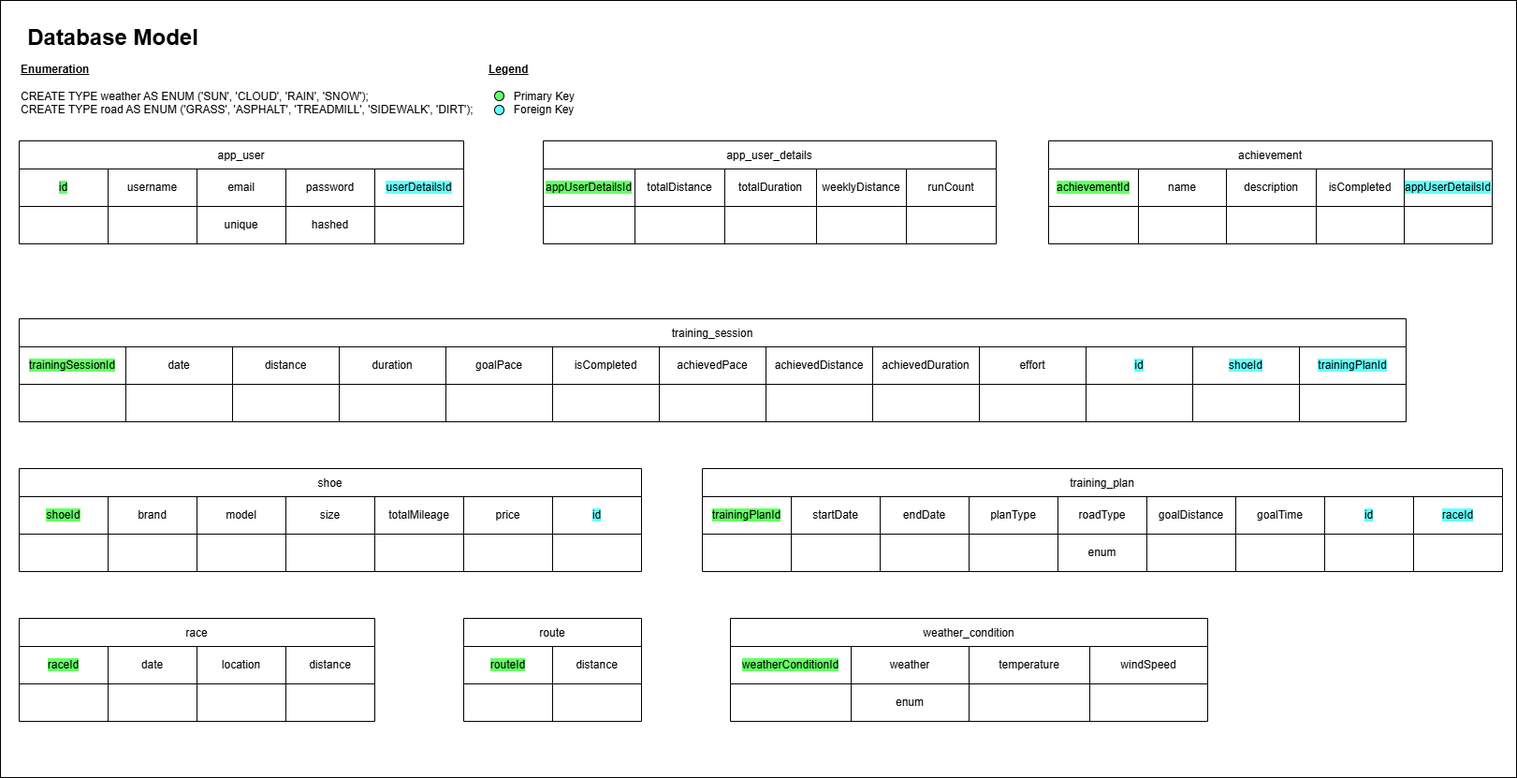
The draw.io diagram Documents/DatabaseDesign.png in runagainstthewinds/backend, before a commit. Source tidied: cells renumbered, new cells last; positions are measured from the earlier drawing's top-left corner, leaving out a move shared by most shapes.
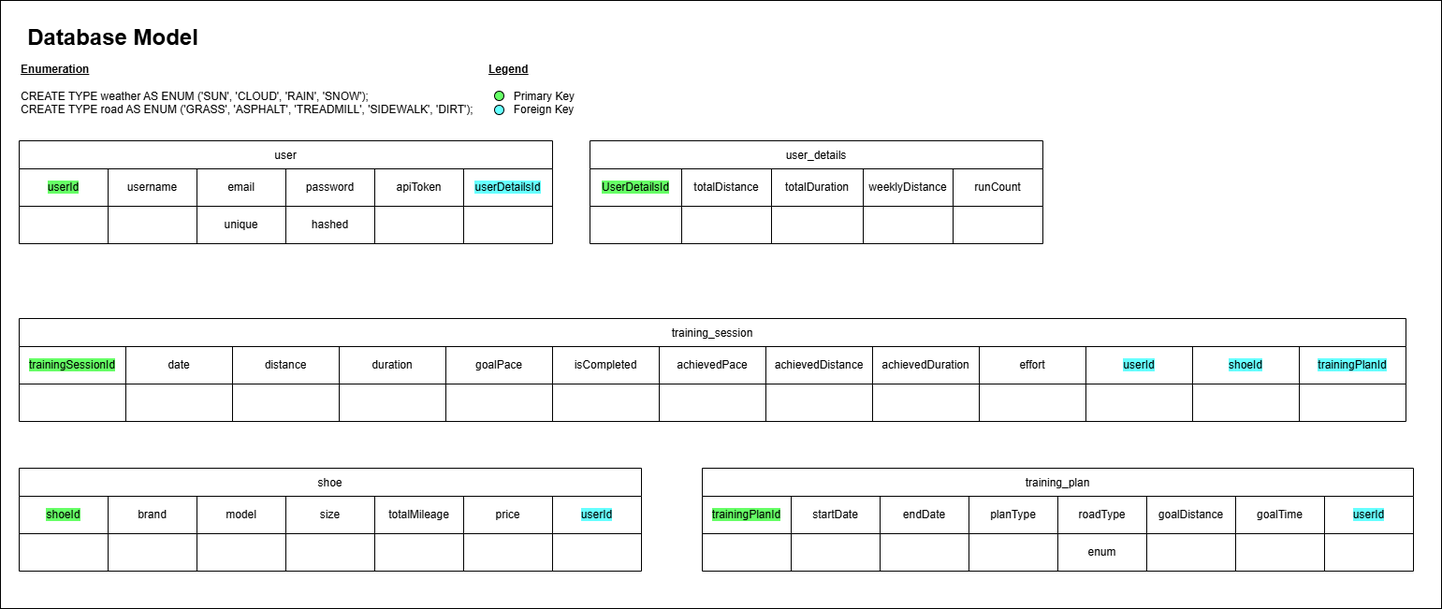
Later version of the same file.

The edit, as a diff of the source:
```diff
@@ -4,9 +4,9 @@
     <mxCell id="1" parent="0" />
-    <mxCell id="2" value="app_user" style="shape=table;startSize=30;" parent="1" vertex="1">
-      <mxGeometry x="20" y="150" width="475" height="110" as="geometry" />
+    <mxCell id="2" value="user" style="shape=table;startSize=30;" parent="1" vertex="1">
+      <mxGeometry x="20" y="150" width="570" height="110" as="geometry" />
     </mxCell>
     <mxCell id="3" style="shape=tableRow;horizontal=0;startSize=0;swimlaneHead=0;swimlaneBody=0;strokeColor=inherit;top=0;left=0;bottom=0;right=0;fillColor=none;" parent="2" vertex="1">
-      <mxGeometry y="30" width="475" height="40" as="geometry" />
+      <mxGeometry y="30" width="570" height="40" as="geometry" />
     </mxCell>
-    <mxCell id="4" value="&lt;span style=&quot;background-color: rgb(102, 255, 102);&quot;&gt;id&lt;/span&gt;" style="shape=partialRectangle;html=1;whiteSpace=wrap;strokeColor=inherit;overflow=hidden;fillColor=none;top=0;left=0;bottom=0;right=0;" parent="3" vertex="1">
+    <mxCell id="4" value="&lt;span style=&quot;background-color: rgb(102, 255, 102);&quot;&gt;userId&lt;/span&gt;" style="shape=partialRectangle;html=1;whiteSpace=wrap;strokeColor=inherit;overflow=hidden;fillColor=none;top=0;left=0;bottom=0;right=0;" parent="3" vertex="1">
       <mxGeometry width="95" height="40" as="geometry" />
@@ -22,7 +22,10 @@
     </mxCell>
-    <mxCell id="8" value="&lt;span style=&quot;background-color: rgb(102, 255, 255);&quot;&gt;userDetailsId&lt;/span&gt;" style="shape=partialRectangle;html=1;whiteSpace=wrap;strokeColor=inherit;overflow=hidden;fillColor=none;top=0;left=0;bottom=0;right=0;" parent="3" vertex="1">
+    <mxCell id="8" value="apiToken" style="shape=partialRectangle;html=1;whiteSpace=wrap;strokeColor=inherit;overflow=hidden;fillColor=none;top=0;left=0;bottom=0;right=0;" parent="3" vertex="1">
       <mxGeometry x="380" width="95" height="40" as="geometry" />
     </mxCell>
+    <mxCell id="143" value="&lt;span style=&quot;background-color: rgb(102, 255, 255);&quot;&gt;userDetailsId&lt;/span&gt;" style="shape=partialRectangle;html=1;whiteSpace=wrap;strokeColor=inherit;overflow=hidden;fillColor=none;top=0;left=0;bottom=0;right=0;" parent="3" vertex="1">
+      <mxGeometry x="475" width="95" height="40" as="geometry" />
+    </mxCell>
     <mxCell id="9" style="shape=tableRow;horizontal=0;startSize=0;swimlaneHead=0;swimlaneBody=0;strokeColor=inherit;top=0;left=0;bottom=0;right=0;fillColor=none;" parent="2" vertex="1">
-      <mxGeometry y="70" width="475" height="40" as="geometry" />
+      <mxGeometry y="70" width="570" height="40" as="geometry" />
     </mxCell>
@@ -43,2 +46,5 @@
     </mxCell>
+    <mxCell id="144" style="shape=partialRectangle;html=1;whiteSpace=wrap;strokeColor=inherit;overflow=hidden;fillColor=none;top=0;left=0;bottom=0;right=0;" parent="9" vertex="1">
+      <mxGeometry x="475" width="95" height="40" as="geometry" />
+    </mxCell>
     <mxCell id="15" value="Database Model" style="text;strokeColor=none;fillColor=none;html=1;fontSize=24;fontStyle=1;verticalAlign=middle;align=center;" parent="1" vertex="1">
@@ -58,4 +64,4 @@
     </mxCell>
-    <mxCell id="20" value="app_user_details" style="shape=table;startSize=30;" parent="1" vertex="1">
-      <mxGeometry x="580" y="150" width="484" height="110" as="geometry" />
+    <mxCell id="20" value="user_details" style="shape=table;startSize=30;" parent="1" vertex="1">
+      <mxGeometry x="630" y="150" width="484" height="110" as="geometry" />
     </mxCell>
@@ -64,3 +70,3 @@
     </mxCell>
-    <mxCell id="22" value="&lt;span style=&quot;background-color: rgb(102, 255, 102);&quot;&gt;appUserDetailsId&lt;/span&gt;" style="shape=partialRectangle;html=1;whiteSpace=wrap;strokeColor=inherit;overflow=hidden;fillColor=none;top=0;left=0;bottom=0;right=0;" parent="21" vertex="1">
+    <mxCell id="22" value="&lt;span style=&quot;background-color: rgb(102, 255, 102);&quot;&gt;UserDetailsId&lt;/span&gt;" style="shape=partialRectangle;html=1;whiteSpace=wrap;strokeColor=inherit;overflow=hidden;fillColor=none;top=0;left=0;bottom=0;right=0;" parent="21" vertex="1">
       <mxGeometry width="98" height="40" as="geometry" />
@@ -97,41 +103,2 @@
     </mxCell>
-    <mxCell id="33" value="achievement" style="shape=table;startSize=30;" parent="1" vertex="1">
-      <mxGeometry x="1120" y="150" width="474" height="110" as="geometry" />
-    </mxCell>
-    <mxCell id="34" style="shape=tableRow;horizontal=0;startSize=0;swimlaneHead=0;swimlaneBody=0;strokeColor=inherit;top=0;left=0;bottom=0;right=0;fillColor=none;" parent="33" vertex="1">
-      <mxGeometry y="30" width="474" height="40" as="geometry" />
-    </mxCell>
-    <mxCell id="35" value="&lt;span style=&quot;background-color: rgb(102, 255, 102);&quot;&gt;achievementId&lt;/span&gt;" style="shape=partialRectangle;html=1;whiteSpace=wrap;strokeColor=inherit;overflow=hidden;fillColor=none;top=0;left=0;bottom=0;right=0;" parent="34" vertex="1">
-      <mxGeometry width="96" height="40" as="geometry" />
-    </mxCell>
-    <mxCell id="36" value="name" style="shape=partialRectangle;html=1;whiteSpace=wrap;strokeColor=inherit;overflow=hidden;fillColor=none;top=0;left=0;bottom=0;right=0;" parent="34" vertex="1">
-      <mxGeometry x="96" width="94" height="40" as="geometry" />
-    </mxCell>
-    <mxCell id="37" value="description" style="shape=partialRectangle;html=1;whiteSpace=wrap;strokeColor=inherit;overflow=hidden;fillColor=none;top=0;left=0;bottom=0;right=0;" parent="34" vertex="1">
-      <mxGeometry x="190" width="96" height="40" as="geometry" />
-    </mxCell>
-    <mxCell id="38" value="isCompleted" style="shape=partialRectangle;html=1;whiteSpace=wrap;strokeColor=inherit;overflow=hidden;fillColor=none;top=0;left=0;bottom=0;right=0;" parent="34" vertex="1">
-      <mxGeometry x="286" width="94" height="40" as="geometry" />
-    </mxCell>
-    <mxCell id="39" value="&lt;span style=&quot;background-color: rgb(102, 255, 255);&quot;&gt;appUserDetailsId&lt;/span&gt;" style="shape=partialRectangle;html=1;whiteSpace=wrap;strokeColor=inherit;overflow=hidden;fillColor=none;top=0;left=0;bottom=0;right=0;" parent="34" vertex="1">
-      <mxGeometry x="380" width="94" height="40" as="geometry" />
-    </mxCell>
-    <mxCell id="40" style="shape=tableRow;horizontal=0;startSize=0;swimlaneHead=0;swimlaneBody=0;strokeColor=inherit;top=0;left=0;bottom=0;right=0;fillColor=none;" parent="33" vertex="1">
-      <mxGeometry y="70" width="474" height="40" as="geometry" />
-    </mxCell>
-    <mxCell id="41" style="shape=partialRectangle;html=1;whiteSpace=wrap;strokeColor=inherit;overflow=hidden;fillColor=none;top=0;left=0;bottom=0;right=0;" parent="40" vertex="1">
-      <mxGeometry width="96" height="40" as="geometry" />
-    </mxCell>
-    <mxCell id="42" style="shape=partialRectangle;html=1;whiteSpace=wrap;strokeColor=inherit;overflow=hidden;fillColor=none;top=0;left=0;bottom=0;right=0;" parent="40" vertex="1">
-      <mxGeometry x="96" width="94" height="40" as="geometry" />
-    </mxCell>
-    <mxCell id="43" style="shape=partialRectangle;html=1;whiteSpace=wrap;strokeColor=inherit;overflow=hidden;fillColor=none;top=0;left=0;bottom=0;right=0;" parent="40" vertex="1">
-      <mxGeometry x="190" width="96" height="40" as="geometry" />
-    </mxCell>
-    <mxCell id="44" style="shape=partialRectangle;html=1;whiteSpace=wrap;strokeColor=inherit;overflow=hidden;fillColor=none;top=0;left=0;bottom=0;right=0;" parent="40" vertex="1">
-      <mxGeometry x="286" width="94" height="40" as="geometry" />
-    </mxCell>
-    <mxCell id="45" style="shape=partialRectangle;html=1;whiteSpace=wrap;strokeColor=inherit;overflow=hidden;fillColor=none;top=0;left=0;bottom=0;right=0;" parent="40" vertex="1">
-      <mxGeometry x="380" width="94" height="40" as="geometry" />
-    </mxCell>
     <mxCell id="46" value="training_session" style="shape=table;startSize=30;" parent="1" vertex="1">
@@ -172,3 +139,3 @@
     </mxCell>
-    <mxCell id="58" value="&lt;span style=&quot;background-color: rgb(102, 255, 255);&quot;&gt;id&lt;/span&gt;" style="shape=partialRectangle;html=1;whiteSpace=wrap;strokeColor=#000000;overflow=hidden;fillColor=none;top=0;left=0;bottom=0;right=0;" parent="47" vertex="1">
+    <mxCell id="58" value="&lt;span style=&quot;background-color: rgb(102, 255, 255);&quot;&gt;userId&lt;/span&gt;" style="shape=partialRectangle;html=1;whiteSpace=wrap;strokeColor=#000000;overflow=hidden;fillColor=none;top=0;left=0;bottom=0;right=0;" parent="47" vertex="1">
       <mxGeometry x="1140" width="114" height="40" as="geometry" />
@@ -247,3 +214,3 @@
     </mxCell>
-    <mxCell id="83" value="&lt;span style=&quot;background-color: rgb(102, 255, 255);&quot;&gt;id&lt;/span&gt;" style="shape=partialRectangle;html=1;whiteSpace=wrap;strokeColor=inherit;overflow=hidden;fillColor=none;top=0;left=0;bottom=0;right=0;" parent="76" vertex="1">
+    <mxCell id="83" value="&lt;span style=&quot;background-color: rgb(102, 255, 255);&quot;&gt;userId&lt;/span&gt;" style="shape=partialRectangle;html=1;whiteSpace=wrap;strokeColor=inherit;overflow=hidden;fillColor=none;top=0;left=0;bottom=0;right=0;" parent="76" vertex="1">
       <mxGeometry x="570" width="95" height="40" as="geometry" />
@@ -275,6 +242,6 @@
     <mxCell id="92" value="training_plan" style="shape=table;startSize=30;" parent="1" vertex="1">
-      <mxGeometry x="750" y="500" width="855" height="110" as="geometry" />
+      <mxGeometry x="750" y="500" width="760" height="110" as="geometry" />
     </mxCell>
     <mxCell id="93" style="shape=tableRow;horizontal=0;startSize=0;swimlaneHead=0;swimlaneBody=0;strokeColor=inherit;top=0;left=0;bottom=0;right=0;fillColor=none;" parent="92" vertex="1">
-      <mxGeometry y="30" width="855" height="40" as="geometry" />
+      <mxGeometry y="30" width="760" height="40" as="geometry" />
     </mxCell>
@@ -301,10 +268,7 @@
     </mxCell>
-    <mxCell id="101" value="&lt;span style=&quot;background-color: rgb(102, 255, 255);&quot;&gt;id&lt;/span&gt;" style="shape=partialRectangle;html=1;whiteSpace=wrap;strokeColor=inherit;overflow=hidden;fillColor=none;top=0;left=0;bottom=0;right=0;" parent="93" vertex="1">
+    <mxCell id="101" value="&lt;span style=&quot;background-color: rgb(102, 255, 255);&quot;&gt;userId&lt;/span&gt;" style="shape=partialRectangle;html=1;whiteSpace=wrap;strokeColor=inherit;overflow=hidden;fillColor=none;top=0;left=0;bottom=0;right=0;" parent="93" vertex="1">
       <mxGeometry x="665" width="95" height="40" as="geometry" />
     </mxCell>
-    <mxCell id="102" value="&lt;span style=&quot;background-color: rgb(102, 255, 255);&quot;&gt;raceId&lt;/span&gt;" style="shape=partialRectangle;html=1;whiteSpace=wrap;strokeColor=inherit;overflow=hidden;fillColor=none;top=0;left=0;bottom=0;right=0;" parent="93" vertex="1">
-      <mxGeometry x="760" width="95" height="40" as="geometry" />
-    </mxCell>
     <mxCell id="103" style="shape=tableRow;horizontal=0;startSize=0;swimlaneHead=0;swimlaneBody=0;strokeColor=inherit;top=0;left=0;bottom=0;right=0;fillColor=none;" parent="92" vertex="1">
-      <mxGeometry y="70" width="855" height="40" as="geometry" />
+      <mxGeometry y="70" width="760" height="40" as="geometry" />
     </mxCell>
@@ -334,95 +298,5 @@
     </mxCell>
-    <mxCell id="112" style="shape=partialRectangle;html=1;whiteSpace=wrap;strokeColor=inherit;overflow=hidden;fillColor=none;top=0;left=0;bottom=0;right=0;" parent="103" vertex="1">
-      <mxGeometry x="760" width="95" height="40" as="geometry" />
-    </mxCell>
-    <mxCell id="113" value="race" style="shape=table;startSize=30;" parent="1" vertex="1">
-      <mxGeometry x="20" y="660" width="380" height="110" as="geometry" />
-    </mxCell>
-    <mxCell id="114" style="shape=tableRow;horizontal=0;startSize=0;swimlaneHead=0;swimlaneBody=0;strokeColor=inherit;top=0;left=0;bottom=0;right=0;fillColor=none;" parent="113" vertex="1">
-      <mxGeometry y="30" width="380" height="40" as="geometry" />
-    </mxCell>
-    <mxCell id="115" value="&lt;span style=&quot;background-color: rgb(102, 255, 102);&quot;&gt;raceId&lt;/span&gt;" style="shape=partialRectangle;html=1;whiteSpace=wrap;strokeColor=inherit;overflow=hidden;fillColor=none;top=0;left=0;bottom=0;right=0;" parent="114" vertex="1">
-      <mxGeometry width="95" height="40" as="geometry" />
-    </mxCell>
-    <mxCell id="116" value="date" style="shape=partialRectangle;html=1;whiteSpace=wrap;strokeColor=inherit;overflow=hidden;fillColor=none;top=0;left=0;bottom=0;right=0;" parent="114" vertex="1">
-      <mxGeometry x="95" width="95" height="40" as="geometry" />
-    </mxCell>
-    <mxCell id="117" value="location" style="shape=partialRectangle;html=1;whiteSpace=wrap;strokeColor=inherit;overflow=hidden;fillColor=none;top=0;left=0;bottom=0;right=0;" parent="114" vertex="1">
-      <mxGeometry x="190" width="95" height="40" as="geometry" />
-    </mxCell>
-    <mxCell id="118" value="distance" style="shape=partialRectangle;html=1;whiteSpace=wrap;strokeColor=inherit;overflow=hidden;fillColor=none;top=0;left=0;bottom=0;right=0;" parent="114" vertex="1">
-      <mxGeometry x="285" width="95" height="40" as="geometry" />
-    </mxCell>
-    <mxCell id="119" style="shape=tableRow;horizontal=0;startSize=0;swimlaneHead=0;swimlaneBody=0;strokeColor=inherit;top=0;left=0;bottom=0;right=0;fillColor=none;" parent="113" vertex="1">
-      <mxGeometry y="70" width="380" height="40" as="geometry" />
-    </mxCell>
-    <mxCell id="120" style="shape=partialRectangle;html=1;whiteSpace=wrap;strokeColor=inherit;overflow=hidden;fillColor=none;top=0;left=0;bottom=0;right=0;" parent="119" vertex="1">
-      <mxGeometry width="95" height="40" as="geometry" />
-    </mxCell>
-    <mxCell id="121" style="shape=partialRectangle;html=1;whiteSpace=wrap;strokeColor=inherit;overflow=hidden;fillColor=none;top=0;left=0;bottom=0;right=0;" parent="119" vertex="1">
-      <mxGeometry x="95" width="95" height="40" as="geometry" />
-    </mxCell>
-    <mxCell id="122" style="shape=partialRectangle;html=1;whiteSpace=wrap;strokeColor=inherit;overflow=hidden;fillColor=none;top=0;left=0;bottom=0;right=0;" parent="119" vertex="1">
-      <mxGeometry x="190" width="95" height="40" as="geometry" />
-    </mxCell>
-    <mxCell id="123" style="shape=partialRectangle;html=1;whiteSpace=wrap;strokeColor=inherit;overflow=hidden;fillColor=none;top=0;left=0;bottom=0;right=0;" parent="119" vertex="1">
-      <mxGeometry x="285" width="95" height="40" as="geometry" />
-    </mxCell>
-    <mxCell id="124" value="route" style="shape=table;startSize=30;" parent="1" vertex="1">
-      <mxGeometry x="495" y="660" width="190" height="110" as="geometry" />
-    </mxCell>
-    <mxCell id="125" style="shape=tableRow;horizontal=0;startSize=0;swimlaneHead=0;swimlaneBody=0;strokeColor=inherit;top=0;left=0;bottom=0;right=0;fillColor=none;" parent="124" vertex="1">
-      <mxGeometry y="30" width="190" height="40" as="geometry" />
-    </mxCell>
-    <mxCell id="126" value="&lt;span style=&quot;background-color: rgb(102, 255, 102);&quot;&gt;routeId&lt;/span&gt;" style="shape=partialRectangle;html=1;whiteSpace=wrap;strokeColor=inherit;overflow=hidden;fillColor=none;top=0;left=0;bottom=0;right=0;" parent="125" vertex="1">
-      <mxGeometry width="95" height="40" as="geometry" />
-    </mxCell>
-    <mxCell id="127" value="distance" style="shape=partialRectangle;html=1;whiteSpace=wrap;strokeColor=inherit;overflow=hidden;fillColor=none;top=0;left=0;bottom=0;right=0;" parent="125" vertex="1">
-      <mxGeometry x="95" width="95" height="40" as="geometry" />
-    </mxCell>
-    <mxCell id="128" style="shape=tableRow;horizontal=0;startSize=0;swimlaneHead=0;swimlaneBody=0;strokeColor=inherit;top=0;left=0;bottom=0;right=0;fillColor=none;" parent="124" vertex="1">
-      <mxGeometry y="70" width="190" height="40" as="geometry" />
-    </mxCell>
-    <mxCell id="129" style="shape=partialRectangle;html=1;whiteSpace=wrap;strokeColor=inherit;overflow=hidden;fillColor=none;top=0;left=0;bottom=0;right=0;" parent="128" vertex="1">
-      <mxGeometry width="95" height="40" as="geometry" />
-    </mxCell>
-    <mxCell id="130" style="shape=partialRectangle;html=1;whiteSpace=wrap;strokeColor=inherit;overflow=hidden;fillColor=none;top=0;left=0;bottom=0;right=0;" parent="128" vertex="1">
-      <mxGeometry x="95" width="95" height="40" as="geometry" />
-    </mxCell>
-    <mxCell id="131" value="weather_condition" style="shape=table;startSize=30;" parent="1" vertex="1">
-      <mxGeometry x="780" y="660" width="510" height="110" as="geometry" />
-    </mxCell>
-    <mxCell id="132" style="shape=tableRow;horizontal=0;startSize=0;swimlaneHead=0;swimlaneBody=0;strokeColor=inherit;top=0;left=0;bottom=0;right=0;fillColor=none;" parent="131" vertex="1">
-      <mxGeometry y="30" width="510" height="40" as="geometry" />
-    </mxCell>
-    <mxCell id="133" value="&lt;span style=&quot;background-color: rgb(102, 255, 102);&quot;&gt;weatherConditionId&lt;/span&gt;" style="shape=partialRectangle;html=1;whiteSpace=wrap;strokeColor=inherit;overflow=hidden;fillColor=none;top=0;left=0;bottom=0;right=0;" parent="132" vertex="1">
-      <mxGeometry width="129" height="40" as="geometry" />
-    </mxCell>
-    <mxCell id="134" value="weather" style="shape=partialRectangle;html=1;whiteSpace=wrap;strokeColor=inherit;overflow=hidden;fillColor=none;top=0;left=0;bottom=0;right=0;" parent="132" vertex="1">
-      <mxGeometry x="129" width="126" height="40" as="geometry" />
-    </mxCell>
-    <mxCell id="135" value="temperature" style="shape=partialRectangle;html=1;whiteSpace=wrap;strokeColor=inherit;overflow=hidden;fillColor=none;top=0;left=0;bottom=0;right=0;" parent="132" vertex="1">
-      <mxGeometry x="255" width="129" height="40" as="geometry" />
-    </mxCell>
-    <mxCell id="136" value="windSpeed" style="shape=partialRectangle;html=1;whiteSpace=wrap;strokeColor=inherit;overflow=hidden;fillColor=none;top=0;left=0;bottom=0;right=0;" parent="132" vertex="1">
-      <mxGeometry x="384" width="126" height="40" as="geometry" />
-    </mxCell>
-    <mxCell id="137" style="shape=tableRow;horizontal=0;startSize=0;swimlaneHead=0;swimlaneBody=0;strokeColor=inherit;top=0;left=0;bottom=0;right=0;fillColor=none;" parent="131" vertex="1">
-      <mxGeometry y="70" width="510" height="40" as="geometry" />
-    </mxCell>
-    <mxCell id="138" style="shape=partialRectangle;html=1;whiteSpace=wrap;strokeColor=inherit;overflow=hidden;fillColor=none;top=0;left=0;bottom=0;right=0;" parent="137" vertex="1">
-      <mxGeometry width="129" height="40" as="geometry" />
-    </mxCell>
-    <mxCell id="139" value="enum" style="shape=partialRectangle;html=1;whiteSpace=wrap;strokeColor=inherit;overflow=hidden;fillColor=none;top=0;left=0;bottom=0;right=0;" parent="137" vertex="1">
-      <mxGeometry x="129" width="126" height="40" as="geometry" />
-    </mxCell>
-    <mxCell id="140" style="shape=partialRectangle;html=1;whiteSpace=wrap;strokeColor=inherit;overflow=hidden;fillColor=none;top=0;left=0;bottom=0;right=0;" parent="137" vertex="1">
-      <mxGeometry x="255" width="129" height="40" as="geometry" />
-    </mxCell>
-    <mxCell id="141" style="shape=partialRectangle;html=1;whiteSpace=wrap;strokeColor=inherit;overflow=hidden;fillColor=none;top=0;left=0;bottom=0;right=0;" parent="137" vertex="1">
-      <mxGeometry x="384" width="126" height="40" as="geometry" />
-    </mxCell>
-    <mxCell id="142" style="rounded=0;whiteSpace=wrap;html=1;fillColor=none;" parent="1" vertex="1">
-      <mxGeometry width="1620" height="830" as="geometry" />
-    </mxCell>
+    <mxCell id="145" style="rounded=0;whiteSpace=wrap;html=1;fillColor=none;" parent="1" vertex="1">
+      <mxGeometry width="1540" height="650" as="geometry" />
+    </mxCell>
   </root>
```
